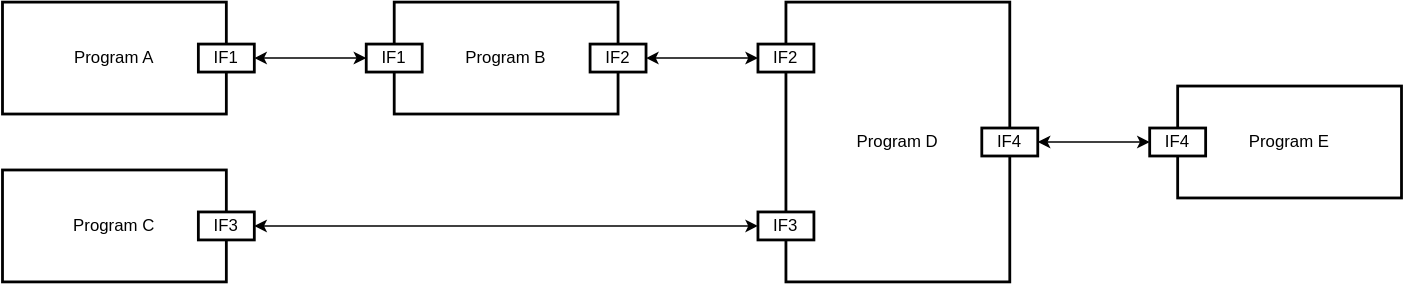
Before: docs/Software-Requirements/Design-Docs-of-Autoware/autoware-api/interface.drawio.svg, a diagram exported from draw.io (autowarefoundation/autoware_reference_design). Source tidied: cells renumbered, new cells last; positions are measured from the earlier drawing's top-left corner, leaving out a move shared by most shapes.
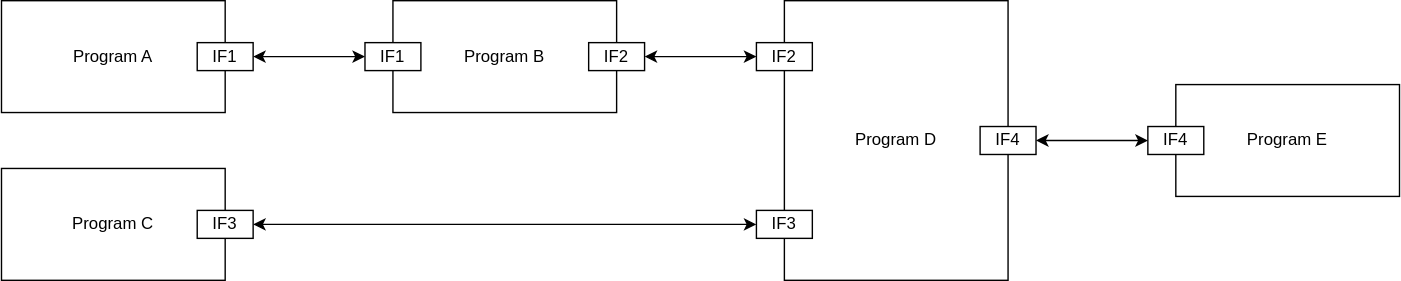
Above is the later version.

What changed in the source:
```diff
@@ -2,55 +2,55 @@
   <root>
     <mxCell id="0" />
     <mxCell id="1" parent="0" />
-    <mxCell id="2" value="Program A" style="rounded=0;whiteSpace=wrap;html=1;strokeWidth=2;" parent="1" vertex="1">
+    <mxCell id="2" value="Program A" style="rounded=0;whiteSpace=wrap;html=1;strokeWidth=1;" parent="1" vertex="1">
       <mxGeometry width="160" height="80" as="geometry" />
     </mxCell>
-    <mxCell id="3" value="Program B" style="rounded=0;whiteSpace=wrap;html=1;strokeWidth=2;" parent="1" vertex="1">
+    <mxCell id="3" value="Program B" style="rounded=0;whiteSpace=wrap;html=1;strokeWidth=1;" parent="1" vertex="1">
       <mxGeometry x="280" width="160" height="80" as="geometry" />
     </mxCell>
-    <mxCell id="4" style="edgeStyle=none;html=1;startArrow=classic;startFill=1;" parent="1" edge="1" source="5" target="6">
+    <mxCell id="4" style="edgeStyle=none;html=1;startArrow=classic;startFill=1;strokeWidth=1;" parent="1" edge="1" source="5" target="6">
       <mxGeometry relative="1" as="geometry" />
     </mxCell>
-    <mxCell id="5" value="IF1" style="rounded=0;whiteSpace=wrap;html=1;strokeWidth=2;" parent="1" vertex="1">
+    <mxCell id="5" value="IF1" style="rounded=0;whiteSpace=wrap;html=1;strokeWidth=1;" parent="1" vertex="1">
       <mxGeometry x="140" y="30" width="40" height="20" as="geometry" />
     </mxCell>
-    <mxCell id="6" value="IF1" style="rounded=0;whiteSpace=wrap;html=1;strokeWidth=2;" parent="1" vertex="1">
+    <mxCell id="6" value="IF1" style="rounded=0;whiteSpace=wrap;html=1;strokeWidth=1;" parent="1" vertex="1">
       <mxGeometry x="260" y="30" width="40" height="20" as="geometry" />
     </mxCell>
-    <mxCell id="7" style="edgeStyle=none;html=1;startArrow=classic;startFill=1;" parent="1" edge="1" source="8" target="10">
+    <mxCell id="7" style="edgeStyle=none;html=1;startArrow=classic;startFill=1;strokeWidth=1;" parent="1" edge="1" source="8" target="10">
       <mxGeometry relative="1" as="geometry" />
     </mxCell>
-    <mxCell id="8" value="IF2" style="rounded=0;whiteSpace=wrap;html=1;strokeWidth=2;" parent="1" vertex="1">
+    <mxCell id="8" value="IF2" style="rounded=0;whiteSpace=wrap;html=1;strokeWidth=1;" parent="1" vertex="1">
       <mxGeometry x="420" y="30" width="40" height="20" as="geometry" />
     </mxCell>
-    <mxCell id="9" value="Program D" style="rounded=0;whiteSpace=wrap;html=1;strokeWidth=2;" parent="1" vertex="1">
+    <mxCell id="9" value="Program D" style="rounded=0;whiteSpace=wrap;html=1;strokeWidth=1;" parent="1" vertex="1">
       <mxGeometry x="560" width="160" height="200" as="geometry" />
     </mxCell>
-    <mxCell id="10" value="IF2" style="rounded=0;whiteSpace=wrap;html=1;strokeWidth=2;" parent="1" vertex="1">
+    <mxCell id="10" value="IF2" style="rounded=0;whiteSpace=wrap;html=1;strokeWidth=1;" parent="1" vertex="1">
       <mxGeometry x="540" y="30" width="40" height="20" as="geometry" />
     </mxCell>
-    <mxCell id="11" value="Program C" style="rounded=0;whiteSpace=wrap;html=1;strokeWidth=2;" parent="1" vertex="1">
+    <mxCell id="11" value="Program C" style="rounded=0;whiteSpace=wrap;html=1;strokeWidth=1;" parent="1" vertex="1">
       <mxGeometry y="120" width="160" height="80" as="geometry" />
     </mxCell>
-    <mxCell id="12" style="edgeStyle=none;html=1;startArrow=classic;startFill=1;" parent="1" edge="1" source="13" target="16">
+    <mxCell id="12" style="edgeStyle=none;html=1;startArrow=classic;startFill=1;strokeWidth=1;" parent="1" edge="1" source="13" target="16">
       <mxGeometry relative="1" as="geometry" />
     </mxCell>
-    <mxCell id="13" value="IF3" style="rounded=0;whiteSpace=wrap;html=1;strokeWidth=2;" parent="1" vertex="1">
+    <mxCell id="13" value="IF3" style="rounded=0;whiteSpace=wrap;html=1;strokeWidth=1;" parent="1" vertex="1">
       <mxGeometry x="140" y="150" width="40" height="20" as="geometry" />
     </mxCell>
-    <mxCell id="14" value="Program E" style="rounded=0;whiteSpace=wrap;html=1;strokeWidth=2;" parent="1" vertex="1">
+    <mxCell id="14" value="Program E" style="rounded=0;whiteSpace=wrap;html=1;strokeWidth=1;" parent="1" vertex="1">
       <mxGeometry x="840" y="60" width="160" height="80" as="geometry" />
     </mxCell>
-    <mxCell id="15" value="IF4" style="rounded=0;whiteSpace=wrap;html=1;strokeWidth=2;" parent="1" vertex="1">
+    <mxCell id="15" value="IF4" style="rounded=0;whiteSpace=wrap;html=1;strokeWidth=1;" parent="1" vertex="1">
       <mxGeometry x="820" y="90" width="40" height="20" as="geometry" />
     </mxCell>
-    <mxCell id="16" value="IF3" style="rounded=0;whiteSpace=wrap;html=1;strokeWidth=2;" parent="1" vertex="1">
+    <mxCell id="16" value="IF3" style="rounded=0;whiteSpace=wrap;html=1;strokeWidth=1;" parent="1" vertex="1">
       <mxGeometry x="540" y="150" width="40" height="20" as="geometry" />
     </mxCell>
-    <mxCell id="17" style="edgeStyle=none;html=1;startArrow=classic;startFill=1;" parent="1" edge="1" source="18" target="15">
+    <mxCell id="17" style="edgeStyle=none;html=1;startArrow=classic;startFill=1;strokeWidth=1;" parent="1" edge="1" source="18" target="15">
       <mxGeometry relative="1" as="geometry" />
     </mxCell>
-    <mxCell id="18" value="IF4" style="rounded=0;whiteSpace=wrap;html=1;strokeWidth=2;" parent="1" vertex="1">
+    <mxCell id="18" value="IF4" style="rounded=0;whiteSpace=wrap;html=1;strokeWidth=1;" parent="1" vertex="1">
       <mxGeometry x="700" y="90" width="40" height="20" as="geometry" />
     </mxCell>
   </root>
```
